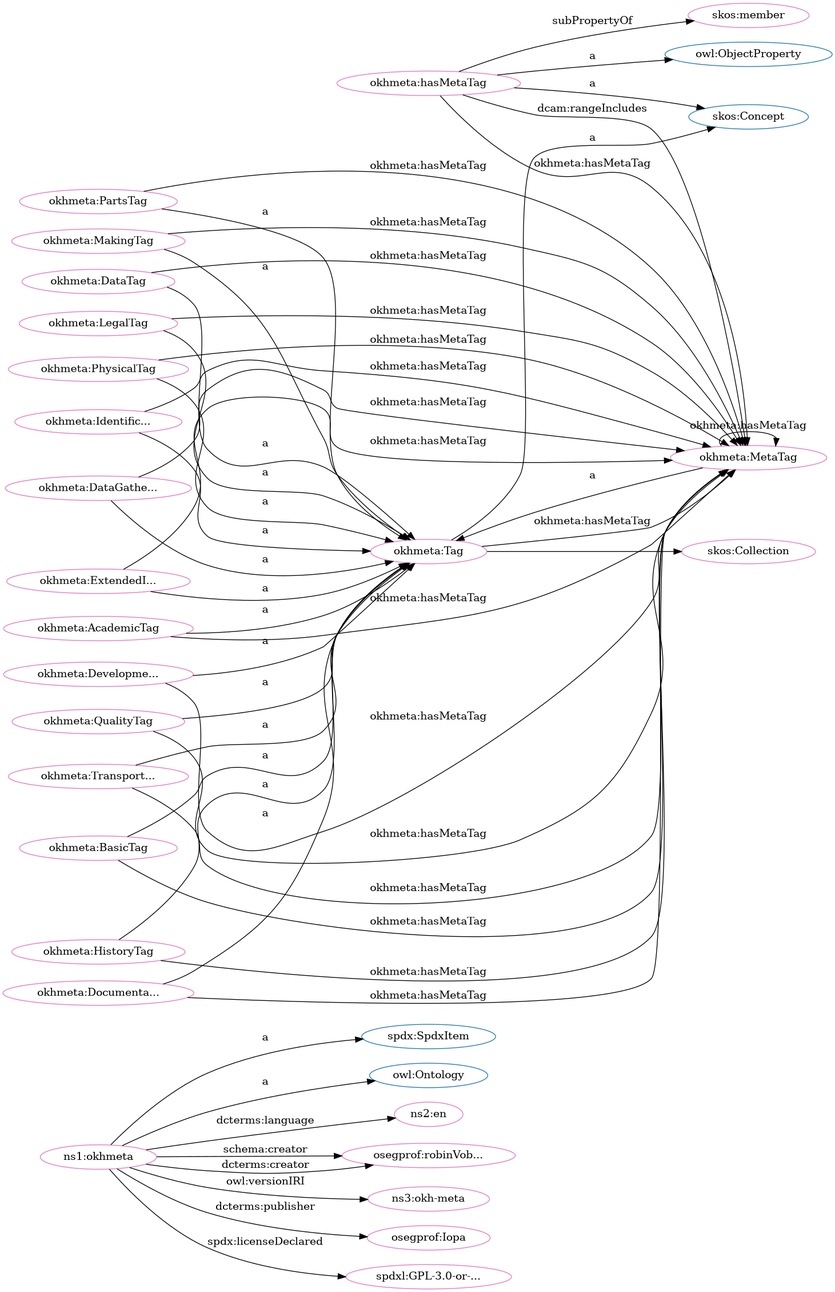
iop-alliance/OpenKnowHow keeps this Graphviz diagram as src/spec/dot_okh-meta.png. Above is the earlier version. Its source is kept beside it as src/spec/dot_okh-meta.dot.
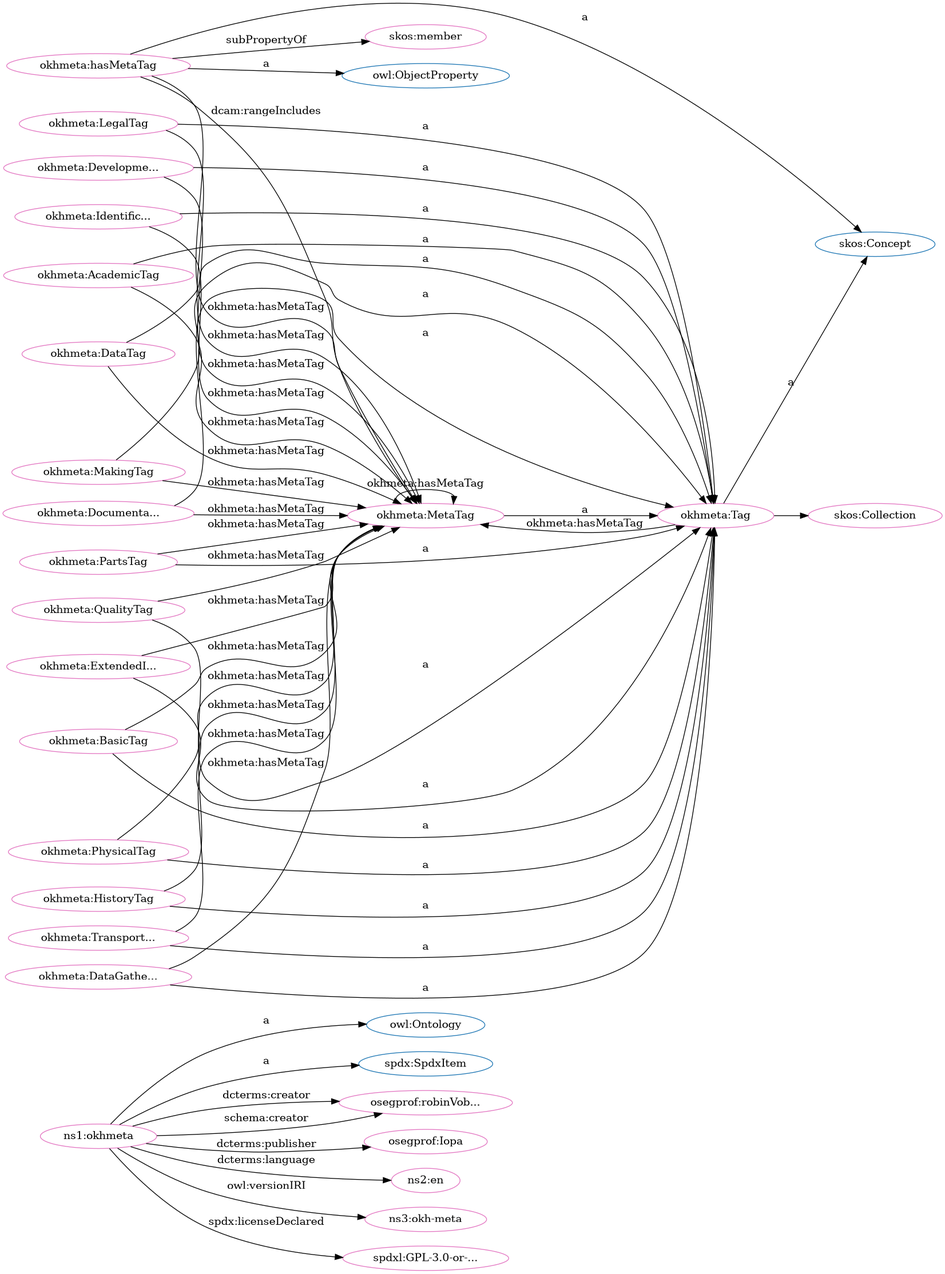
Later version of the same file.

Change to the diagram source:
```diff
@@ -1,84 +1,84 @@
 digraph G {
   rankdir=BT
   node[height=.3]
-"http://spdx.org/rdf/terms#SpdxItem" [fillcolor="#1f77b4" color="#1f77b4" label="spdx:SpdxItem"]
-"http://www.w3.org/2004/02/skos/core#Concept" [fillcolor="#1f77b4" color="#1f77b4" label="skos:Concept"]
 "http://www.w3.org/2002/07/owl#Ontology" [fillcolor="#1f77b4" color="#1f77b4" label="owl:Ontology"]
 "http://www.w3.org/2002/07/owl#ObjectProperty" [fillcolor="#1f77b4" color="#1f77b4" label="owl:ObjectProperty"]
+"http://spdx.org/rdf/terms#SpdxItem" [fillcolor="#1f77b4" color="#1f77b4" label="spdx:SpdxItem"]
+"http://w3id.org/oseg/ont/okhmeta#Tag" [fillcolor="#1f77b4" color="#1f77b4" label="okhmeta:Tag"]
+"http://www.w3.org/2004/02/skos/core#Concept" [fillcolor="#1f77b4" color="#1f77b4" label="skos:Concept"]
 "http://www.w3.org/2004/02/skos/core#Collection" [fillcolor="#1f77b4" color="#1f77b4" label="skos:Collection"]
-"http://w3id.org/oseg/ont/okhmeta#Tag" [fillcolor="#1f77b4" color="#1f77b4" label="okhmeta:Tag"]
+"http://w3id.org/oseg/ont/okhmeta#MetaTag" [fillcolor="#e377c2" color="#e377c2" label="okhmeta:MetaTag"]
+"http://www.w3.org/2004/02/skos/core#member" [fillcolor="#e377c2" color="#e377c2" label="skos:member"]
+"http://www.w3.org/2004/02/skos/core#Collection" [fillcolor="#e377c2" color="#e377c2" label="skos:Collection"]
+"http://w3id.org/oseg/ont/okhmeta#Tag" [fillcolor="#e377c2" color="#e377c2" label="okhmeta:Tag"]
+"http://w3id.org/oseg/ont/okhmeta" [fillcolor="#e377c2" color="#e377c2" label="ns1:okhmeta"]
+"http://w3id.org/oseg/ont/okhmeta#PartsTag" [fillcolor="#e377c2" color="#e377c2" label="okhmeta:PartsTag"]
+"http://w3id.org/oseg/ont/okhmeta#hasMetaTag" [fillcolor="#e377c2" color="#e377c2" label="okhmeta:hasMetaTag"]
+"http://w3id.org/oseg/ont/oseg-profiles#robinVobruba" [fillcolor="#e377c2" color="#e377c2" label="osegprof:robinVob..."]
+"http://w3id.org/oseg/ont/okhmeta#DataGatheringTag" [fillcolor="#e377c2" color="#e377c2" label="okhmeta:DataGathe..."]
+"http://w3id.org/oseg/ont/okhmeta#DataTag" [fillcolor="#e377c2" color="#e377c2" label="okhmeta:DataTag"]
+"http://w3id.org/oseg/ont/okhmeta#BasicTag" [fillcolor="#e377c2" color="#e377c2" label="okhmeta:BasicTag"]
+"http://w3id.org/oseg/ont/okhmeta#DevelopmentTag" [fillcolor="#e377c2" color="#e377c2" label="okhmeta:Developme..."]
+"http://w3id.org/oseg/ont/okhmeta#AcademicTag" [fillcolor="#e377c2" color="#e377c2" label="okhmeta:AcademicTag"]
+"http://w3id.org/oseg/ont/okhmeta#DocumentationTag" [fillcolor="#e377c2" color="#e377c2" label="okhmeta:Documenta..."]
+"http://w3id.org/oseg/ont/okhmeta#IdentificationTag" [fillcolor="#e377c2" color="#e377c2" label="okhmeta:Identific..."]
+"http://w3id.org/oseg/ont/okhmeta#TransportationTag" [fillcolor="#e377c2" color="#e377c2" label="okhmeta:Transport..."]
+"http://w3id.org/oseg/ont/okhmeta#QualityTag" [fillcolor="#e377c2" color="#e377c2" label="okhmeta:QualityTag"]
+"http://w3id.org/oseg/ont/okhmeta#LegalTag" [fillcolor="#e377c2" color="#e377c2" label="okhmeta:LegalTag"]
+"http://w3id.org/oseg/ont/oseg-profiles#Iopa" [fillcolor="#e377c2" color="#e377c2" label="osegprof:Iopa"]
+"http://id.loc.gov/vocabulary/iso639-1/en" [fillcolor="#e377c2" color="#e377c2" label="ns2:en"]
+"http://w3id.org/oseg/ont/1.1.0/okh-meta" [fillcolor="#e377c2" color="#e377c2" label="ns3:okh-meta"]
+"http://w3id.org/oseg/ont/okhmeta#ExtendedInfoTag" [fillcolor="#e377c2" color="#e377c2" label="okhmeta:ExtendedI..."]
 "http://w3id.org/oseg/ont/okhmeta#PhysicalTag" [fillcolor="#e377c2" color="#e377c2" label="okhmeta:PhysicalTag"]
-"http://w3id.org/oseg/ont/okhmeta#MetaTag" [fillcolor="#e377c2" color="#e377c2" label="okhmeta:MetaTag"]
-"http://w3id.org/oseg/ont/okhmeta#BasicTag" [fillcolor="#e377c2" color="#e377c2" label="okhmeta:BasicTag"]
-"http://w3id.org/oseg/ont/okhmeta#PartsTag" [fillcolor="#e377c2" color="#e377c2" label="okhmeta:PartsTag"]
-"http://w3id.org/oseg/ont/okhmeta#DevelopmentTag" [fillcolor="#e377c2" color="#e377c2" label="okhmeta:Developme..."]
-"http://w3id.org/oseg/ont/okhmeta" [fillcolor="#e377c2" color="#e377c2" label="ns1:okhmeta"]
-"http://w3id.org/oseg/ont/okhmeta#TransportationTag" [fillcolor="#e377c2" color="#e377c2" label="okhmeta:Transport..."]
-"http://id.loc.gov/vocabulary/iso639-1/en" [fillcolor="#e377c2" color="#e377c2" label="ns2:en"]
+"http://w3id.org/oseg/ont/okhmeta#HistoryTag" [fillcolor="#e377c2" color="#e377c2" label="okhmeta:HistoryTag"]
 "http://w3id.org/oseg/ont/okhmeta#MakingTag" [fillcolor="#e377c2" color="#e377c2" label="okhmeta:MakingTag"]
-"http://w3id.org/oseg/ont/okhmeta#DataTag" [fillcolor="#e377c2" color="#e377c2" label="okhmeta:DataTag"]
-"http://w3id.org/oseg/ont/okhmeta#AcademicTag" [fillcolor="#e377c2" color="#e377c2" label="okhmeta:AcademicTag"]
-"http://w3id.org/oseg/ont/oseg-profiles#robinVobruba" [fillcolor="#e377c2" color="#e377c2" label="osegprof:robinVob..."]
-"http://w3id.org/oseg/ont/okhmeta#hasMetaTag" [fillcolor="#e377c2" color="#e377c2" label="okhmeta:hasMetaTag"]
-"http://w3id.org/oseg/ont/okhmeta#DocumentationTag" [fillcolor="#e377c2" color="#e377c2" label="okhmeta:Documenta..."]
-"http://www.w3.org/2004/02/skos/core#Collection" [fillcolor="#e377c2" color="#e377c2" label="skos:Collection"]
-"http://w3id.org/oseg/ont/okhmeta#DataGatheringTag" [fillcolor="#e377c2" color="#e377c2" label="okhmeta:DataGathe..."]
-"http://w3id.org/oseg/ont/okhmeta#HistoryTag" [fillcolor="#e377c2" color="#e377c2" label="okhmeta:HistoryTag"]
-"http://w3id.org/oseg/ont/okhmeta#Tag" [fillcolor="#e377c2" color="#e377c2" label="okhmeta:Tag"]
-"http://w3id.org/oseg/ont/okhmeta#ExtendedInfoTag" [fillcolor="#e377c2" color="#e377c2" label="okhmeta:ExtendedI..."]
-"http://w3id.org/oseg/ont/1.1.0/okh-meta" [fillcolor="#e377c2" color="#e377c2" label="ns3:okh-meta"]
-"http://w3id.org/oseg/ont/okhmeta#QualityTag" [fillcolor="#e377c2" color="#e377c2" label="okhmeta:QualityTag"]
-"http://w3id.org/oseg/ont/oseg-profiles#Iopa" [fillcolor="#e377c2" color="#e377c2" label="osegprof:Iopa"]
-"http://www.w3.org/2004/02/skos/core#member" [fillcolor="#e377c2" color="#e377c2" label="skos:member"]
-"http://w3id.org/oseg/ont/okhmeta#IdentificationTag" [fillcolor="#e377c2" color="#e377c2" label="okhmeta:Identific..."]
 "http://spdx.org/licenses/GPL-3.0-or-later" [fillcolor="#e377c2" color="#e377c2" label="spdxl:GPL-3.0-or-..."]
-"http://w3id.org/oseg/ont/okhmeta#LegalTag" [fillcolor="#e377c2" color="#e377c2" label="okhmeta:LegalTag"]
+  "http://w3id.org/oseg/ont/okhmeta#Tag" -> "http://www.w3.org/2004/02/skos/core#Collection" [label=""]
+  "http://w3id.org/oseg/ont/okhmeta" -> "http://spdx.org/rdf/terms#SpdxItem" [label="a"]
+  "http://w3id.org/oseg/ont/okhmeta#PartsTag" -> "http://w3id.org/oseg/ont/okhmeta#Tag" [label="a"]
+  "http://w3id.org/oseg/ont/okhmeta#hasMetaTag" -> "http://www.w3.org/2002/07/owl#ObjectProperty" [label="a"]
+  "http://w3id.org/oseg/ont/okhmeta" -> "http://www.w3.org/2002/07/owl#Ontology" [label="a"]
+  "http://w3id.org/oseg/ont/okhmeta#DataTag" -> "http://w3id.org/oseg/ont/okhmeta#MetaTag" [label="okhmeta:hasMetaTag"]
+  "http://w3id.org/oseg/ont/okhmeta" -> "http://w3id.org/oseg/ont/oseg-profiles#robinVobruba" [label="dcterms:creator"]
+  "http://w3id.org/oseg/ont/okhmeta#DataGatheringTag" -> "http://w3id.org/oseg/ont/okhmeta#Tag" [label="a"]
+  "http://w3id.org/oseg/ont/okhmeta#DataTag" -> "http://w3id.org/oseg/ont/okhmeta#Tag" [label="a"]
+  "http://w3id.org/oseg/ont/okhmeta#DevelopmentTag" -> "http://w3id.org/oseg/ont/okhmeta#Tag" [label="a"]
+  "http://w3id.org/oseg/ont/okhmeta#hasMetaTag" -> "http://www.w3.org/2004/02/skos/core#Concept" [label="a"]
+  "http://w3id.org/oseg/ont/okhmeta#QualityTag" -> "http://w3id.org/oseg/ont/okhmeta#MetaTag" [label="okhmeta:hasMetaTag"]
+  "http://w3id.org/oseg/ont/okhmeta#IdentificationTag" -> "http://w3id.org/oseg/ont/okhmeta#Tag" [label="a"]
+  "http://w3id.org/oseg/ont/okhmeta#DocumentationTag" -> "http://w3id.org/oseg/ont/okhmeta#Tag" [label="a"]
+  "http://w3id.org/oseg/ont/okhmeta#LegalTag" -> "http://w3id.org/oseg/ont/okhmeta#MetaTag" [label="okhmeta:hasMetaTag"]
+  "http://w3id.org/oseg/ont/okhmeta#TransportationTag" -> "http://w3id.org/oseg/ont/okhmeta#Tag" [label="a"]
+  "http://w3id.org/oseg/ont/okhmeta#Tag" -> "http://w3id.org/oseg/ont/okhmeta#MetaTag" [label="okhmeta:hasMetaTag"]
+  "http://w3id.org/oseg/ont/okhmeta#QualityTag" -> "http://w3id.org/oseg/ont/okhmeta#Tag" [label="a"]
+  "http://w3id.org/oseg/ont/okhmeta" -> "http://w3id.org/oseg/ont/oseg-profiles#Iopa" [label="dcterms:publisher"]
+  "http://w3id.org/oseg/ont/okhmeta#BasicTag" -> "http://w3id.org/oseg/ont/okhmeta#MetaTag" [label="okhmeta:hasMetaTag"]
+  "http://w3id.org/oseg/ont/okhmeta#MetaTag" -> "http://w3id.org/oseg/ont/okhmeta#Tag" [label="a"]
+  "http://w3id.org/oseg/ont/okhmeta#hasMetaTag" -> "http://w3id.org/oseg/ont/okhmeta#MetaTag" [label="dcam:rangeIncludes"]
+  "http://w3id.org/oseg/ont/okhmeta" -> "http://id.loc.gov/vocabulary/iso639-1/en" [label="dcterms:language"]
+  "http://w3id.org/oseg/ont/okhmeta#HistoryTag" -> "http://w3id.org/oseg/ont/okhmeta#MetaTag" [label="okhmeta:hasMetaTag"]
+  "http://w3id.org/oseg/ont/okhmeta#ExtendedInfoTag" -> "http://w3id.org/oseg/ont/okhmeta#Tag" [label="a"]
+  "http://w3id.org/oseg/ont/okhmeta#MakingTag" -> "http://w3id.org/oseg/ont/okhmeta#MetaTag" [label="okhmeta:hasMetaTag"]
   "http://w3id.org/oseg/ont/okhmeta#PhysicalTag" -> "http://w3id.org/oseg/ont/okhmeta#Tag" [label="a"]
-  "http://w3id.org/oseg/ont/okhmeta#PartsTag" -> "http://w3id.org/oseg/ont/okhmeta#Tag" [label="a"]
+  "http://w3id.org/oseg/ont/okhmeta#AcademicTag" -> "http://w3id.org/oseg/ont/okhmeta#MetaTag" [label="okhmeta:hasMetaTag"]
+  "http://w3id.org/oseg/ont/okhmeta#PartsTag" -> "http://w3id.org/oseg/ont/okhmeta#MetaTag" [label="okhmeta:hasMetaTag"]
+  "http://w3id.org/oseg/ont/okhmeta#hasMetaTag" -> "http://www.w3.org/2004/02/skos/core#member" [label="subPropertyOf"]
+  "http://w3id.org/oseg/ont/okhmeta#Tag" -> "http://www.w3.org/2004/02/skos/core#Concept" [label="a"]
+  "http://w3id.org/oseg/ont/okhmeta#DataGatheringTag" -> "http://w3id.org/oseg/ont/okhmeta#MetaTag" [label="okhmeta:hasMetaTag"]
+  "http://w3id.org/oseg/ont/okhmeta#DevelopmentTag" -> "http://w3id.org/oseg/ont/okhmeta#MetaTag" [label="okhmeta:hasMetaTag"]
   "http://w3id.org/oseg/ont/okhmeta#BasicTag" -> "http://w3id.org/oseg/ont/okhmeta#Tag" [label="a"]
+  "http://w3id.org/oseg/ont/okhmeta#DocumentationTag" -> "http://w3id.org/oseg/ont/okhmeta#MetaTag" [label="okhmeta:hasMetaTag"]
+  "http://w3id.org/oseg/ont/okhmeta#IdentificationTag" -> "http://w3id.org/oseg/ont/okhmeta#MetaTag" [label="okhmeta:hasMetaTag"]
+  "http://w3id.org/oseg/ont/okhmeta#AcademicTag" -> "http://w3id.org/oseg/ont/okhmeta#Tag" [label="a"]
+  "http://w3id.org/oseg/ont/okhmeta#TransportationTag" -> "http://w3id.org/oseg/ont/okhmeta#MetaTag" [label="okhmeta:hasMetaTag"]
+  "http://w3id.org/oseg/ont/okhmeta#hasMetaTag" -> "http://w3id.org/oseg/ont/okhmeta#MetaTag" [label="okhmeta:hasMetaTag"]
+  "http://w3id.org/oseg/ont/okhmeta#LegalTag" -> "http://w3id.org/oseg/ont/okhmeta#Tag" [label="a"]
   "http://w3id.org/oseg/ont/okhmeta#MetaTag" -> "http://w3id.org/oseg/ont/okhmeta#MetaTag" [label="okhmeta:hasMetaTag"]
-  "http://w3id.org/oseg/ont/okhmeta#LegalTag" -> "http://w3id.org/oseg/ont/okhmeta#MetaTag" [label="okhmeta:hasMetaTag"]
-  "http://w3id.org/oseg/ont/okhmeta#DocumentationTag" -> "http://w3id.org/oseg/ont/okhmeta#MetaTag" [label="okhmeta:hasMetaTag"]
-  "http://w3id.org/oseg/ont/okhmeta#DevelopmentTag" -> "http://w3id.org/oseg/ont/okhmeta#MetaTag" [label="okhmeta:hasMetaTag"]
-  "http://w3id.org/oseg/ont/okhmeta#BasicTag" -> "http://w3id.org/oseg/ont/okhmeta#MetaTag" [label="okhmeta:hasMetaTag"]
-  "http://w3id.org/oseg/ont/okhmeta#DataTag" -> "http://w3id.org/oseg/ont/okhmeta#Tag" [label="a"]
-  "http://w3id.org/oseg/ont/okhmeta#AcademicTag" -> "http://w3id.org/oseg/ont/okhmeta#Tag" [label="a"]
   "http://w3id.org/oseg/ont/okhmeta#ExtendedInfoTag" -> "http://w3id.org/oseg/ont/okhmeta#MetaTag" [label="okhmeta:hasMetaTag"]
-  "http://w3id.org/oseg/ont/okhmeta#hasMetaTag" -> "http://www.w3.org/2004/02/skos/core#Concept" [label="a"]
-  "http://w3id.org/oseg/ont/okhmeta#DataGatheringTag" -> "http://w3id.org/oseg/ont/okhmeta#Tag" [label="a"]
-  "http://w3id.org/oseg/ont/okhmeta#Tag" -> "http://www.w3.org/2004/02/skos/core#Concept" [label="a"]
+  "http://w3id.org/oseg/ont/okhmeta" -> "http://w3id.org/oseg/ont/oseg-profiles#robinVobruba" [label="schema:creator"]
   "http://w3id.org/oseg/ont/okhmeta" -> "http://w3id.org/oseg/ont/1.1.0/okh-meta" [label="owl:versionIRI"]
-  "http://w3id.org/oseg/ont/okhmeta#QualityTag" -> "http://w3id.org/oseg/ont/okhmeta#Tag" [label="a"]
   "http://w3id.org/oseg/ont/okhmeta#PhysicalTag" -> "http://w3id.org/oseg/ont/okhmeta#MetaTag" [label="okhmeta:hasMetaTag"]
-  "http://w3id.org/oseg/ont/okhmeta#PartsTag" -> "http://w3id.org/oseg/ont/okhmeta#MetaTag" [label="okhmeta:hasMetaTag"]
-  "http://w3id.org/oseg/ont/okhmeta#IdentificationTag" -> "http://w3id.org/oseg/ont/okhmeta#Tag" [label="a"]
-  "http://w3id.org/oseg/ont/okhmeta#LegalTag" -> "http://w3id.org/oseg/ont/okhmeta#Tag" [label="a"]
+  "http://w3id.org/oseg/ont/okhmeta#HistoryTag" -> "http://w3id.org/oseg/ont/okhmeta#Tag" [label="a"]
+  "http://w3id.org/oseg/ont/okhmeta#MakingTag" -> "http://w3id.org/oseg/ont/okhmeta#Tag" [label="a"]
   "http://w3id.org/oseg/ont/okhmeta" -> "http://spdx.org/licenses/GPL-3.0-or-later" [label="spdx:licenseDeclared"]
-  "http://w3id.org/oseg/ont/okhmeta#DataTag" -> "http://w3id.org/oseg/ont/okhmeta#MetaTag" [label="okhmeta:hasMetaTag"]
-  "http://w3id.org/oseg/ont/okhmeta#DevelopmentTag" -> "http://w3id.org/oseg/ont/okhmeta#Tag" [label="a"]
-  "http://w3id.org/oseg/ont/okhmeta" -> "http://spdx.org/rdf/terms#SpdxItem" [label="a"]
-  "http://w3id.org/oseg/ont/okhmeta#AcademicTag" -> "http://w3id.org/oseg/ont/okhmeta#MetaTag" [label="okhmeta:hasMetaTag"]
-  "http://w3id.org/oseg/ont/okhmeta#TransportationTag" -> "http://w3id.org/oseg/ont/okhmeta#Tag" [label="a"]
-  "http://w3id.org/oseg/ont/okhmeta" -> "http://id.loc.gov/vocabulary/iso639-1/en" [label="dcterms:language"]
-  "http://w3id.org/oseg/ont/okhmeta#MakingTag" -> "http://w3id.org/oseg/ont/okhmeta#Tag" [label="a"]
-  "http://w3id.org/oseg/ont/okhmeta#MetaTag" -> "http://w3id.org/oseg/ont/okhmeta#Tag" [label="a"]
-  "http://w3id.org/oseg/ont/okhmeta#hasMetaTag" -> "http://w3id.org/oseg/ont/okhmeta#MetaTag" [label="okhmeta:hasMetaTag"]
-  "http://w3id.org/oseg/ont/okhmeta" -> "http://w3id.org/oseg/ont/oseg-profiles#robinVobruba" [label="schema:creator"]
-  "http://w3id.org/oseg/ont/okhmeta#DocumentationTag" -> "http://w3id.org/oseg/ont/okhmeta#Tag" [label="a"]
-  "http://w3id.org/oseg/ont/okhmeta#MakingTag" -> "http://w3id.org/oseg/ont/okhmeta#MetaTag" [label="okhmeta:hasMetaTag"]
-  "http://w3id.org/oseg/ont/okhmeta#QualityTag" -> "http://w3id.org/oseg/ont/okhmeta#MetaTag" [label="okhmeta:hasMetaTag"]
-  "http://w3id.org/oseg/ont/okhmeta#Tag" -> "http://www.w3.org/2004/02/skos/core#Collection" [label=""]
-  "http://w3id.org/oseg/ont/okhmeta#hasMetaTag" -> "http://www.w3.org/2002/07/owl#ObjectProperty" [label="a"]
-  "http://w3id.org/oseg/ont/okhmeta#Tag" -> "http://w3id.org/oseg/ont/okhmeta#MetaTag" [label="okhmeta:hasMetaTag"]
-  "http://w3id.org/oseg/ont/okhmeta#IdentificationTag" -> "http://w3id.org/oseg/ont/okhmeta#MetaTag" [label="okhmeta:hasMetaTag"]
-  "http://w3id.org/oseg/ont/okhmeta#HistoryTag" -> "http://w3id.org/oseg/ont/okhmeta#Tag" [label="a"]
-  "http://w3id.org/oseg/ont/okhmeta#ExtendedInfoTag" -> "http://w3id.org/oseg/ont/okhmeta#Tag" [label="a"]
-  "http://w3id.org/oseg/ont/okhmeta#hasMetaTag" -> "http://w3id.org/oseg/ont/okhmeta#MetaTag" [label="dcam:rangeIncludes"]
-  "http://w3id.org/oseg/ont/okhmeta" -> "http://w3id.org/oseg/ont/oseg-profiles#Iopa" [label="dcterms:publisher"]
-  "http://w3id.org/oseg/ont/okhmeta#hasMetaTag" -> "http://www.w3.org/2004/02/skos/core#member" [label="subPropertyOf"]
-  "http://w3id.org/oseg/ont/okhmeta" -> "http://www.w3.org/2002/07/owl#Ontology" [label="a"]
-  "http://w3id.org/oseg/ont/okhmeta#DataGatheringTag" -> "http://w3id.org/oseg/ont/okhmeta#MetaTag" [label="okhmeta:hasMetaTag"]
-  "http://w3id.org/oseg/ont/okhmeta" -> "http://w3id.org/oseg/ont/oseg-profiles#robinVobruba" [label="dcterms:creator"]
-  "http://w3id.org/oseg/ont/okhmeta#TransportationTag" -> "http://w3id.org/oseg/ont/okhmeta#MetaTag" [label="okhmeta:hasMetaTag"]
-  "http://w3id.org/oseg/ont/okhmeta#HistoryTag" -> "http://w3id.org/oseg/ont/okhmeta#MetaTag" [label="okhmeta:hasMetaTag"]
 }
```
